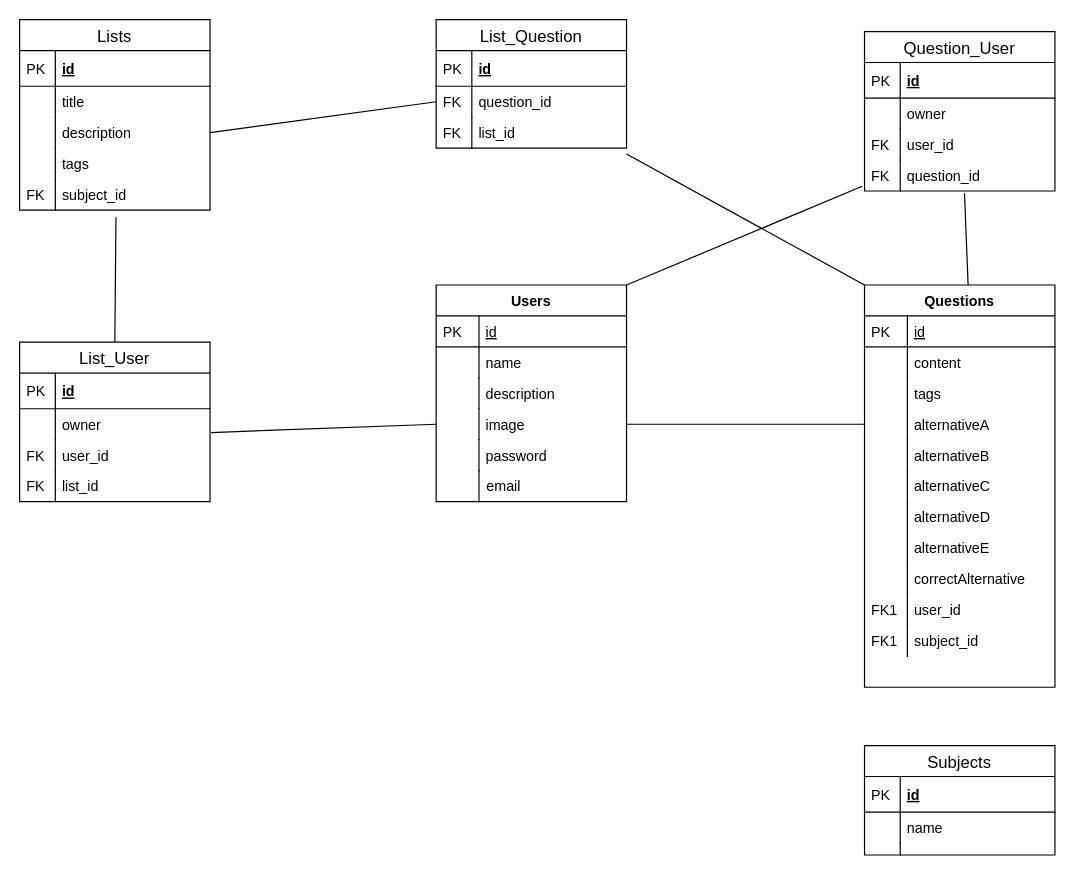
Above: Entity Relation Diagram.drawio in C0lliNN/EasyVest (draw.io), before the change. Source tidied: cells renumbered, new cells numbered last; positions are measured from the earlier drawing's top-left corner, leaving out a move shared by most shapes. Both pictures are drawn from the tidied source at 119%, with x=0, y=0 at pixel (19, 19).
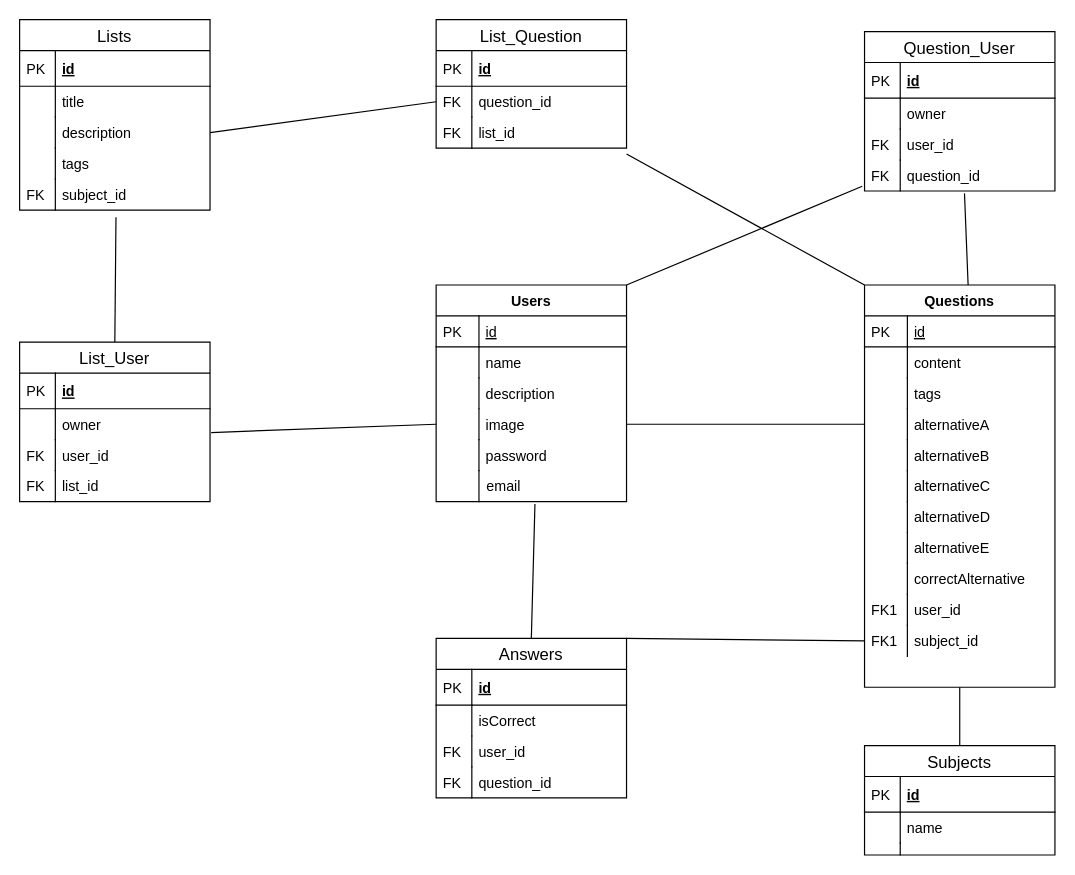
Above is the later version.

Unchanged cells that the change refers to:
```xml
<mxCell id="14" value="  email&#10;" style="shape=partialRectangle;top=0;left=0;right=0;bottom=0;align=left;verticalAlign=top;fillColor=none;spacingLeft=34;spacingRight=4;overflow=hidden;points=[[0,0.5],[1,0.5]];portConstraint=eastwest;fontSize=12;" parent="3" vertex="1">
  <mxGeometry y="156" width="160" height="26" as="geometry" />
</mxCell>
<mxCell id="16" value="Questions" style="swimlane;fontStyle=1;horizontal=1;startSize=26;rounded=0;shadow=0;strokeWidth=1;" parent="1" vertex="1">
  <mxGeometry x="710" y="223" width="160" height="338" as="geometry" />
</mxCell>
<mxCell id="37" value="subject_id&#10;" style="shape=partialRectangle;top=0;left=0;right=0;bottom=0;align=left;verticalAlign=top;fillColor=none;spacingLeft=40;spacingRight=4;overflow=hidden;points=[[0,0.5],[1,0.5]];portConstraint=eastwest;rounded=0;shadow=0;strokeWidth=1;" parent="16" vertex="1">
  <mxGeometry y="286" width="160" height="26" as="geometry" />
</mxCell>
<mxCell id="39" value="Subjects" style="swimlane;fontStyle=0;horizontal=1;startSize=26;align=center;fontSize=14;" parent="1" vertex="1">
  <mxGeometry x="710" y="610" width="160" height="92" as="geometry" />
</mxCell>
```

The edit, as a diff of the source:
```diff
@@
+    <mxCell id="89" style="endArrow=none;html=1;exitX=1;exitY=0;exitDx=0;exitDy=0;entryX=0;entryY=0.5;entryDx=0;entryDy=0;" parent="1" edge="1" source="90" target="37">
+      <mxGeometry relative="1" as="geometry" />
+    </mxCell>
+    <mxCell id="90" value="Answers" style="swimlane;fontStyle=0;horizontal=1;startSize=26;align=center;fontSize=14;" parent="1" vertex="1">
+      <mxGeometry x="350" y="520" width="160" height="134" as="geometry" />
+    </mxCell>
+    <mxCell id="91" value="id" style="shape=partialRectangle;top=0;left=0;right=0;bottom=1;align=left;verticalAlign=middle;fillColor=none;spacingLeft=34;spacingRight=4;overflow=hidden;fontStyle=5;fontSize=12;" parent="90" vertex="1">
+      <mxGeometry y="26" width="160" height="30" as="geometry" />
+    </mxCell>
+    <mxCell id="92" value="PK" style="shape=partialRectangle;top=0;left=0;bottom=0;fillColor=none;align=left;verticalAlign=middle;spacingLeft=4;spacingRight=4;overflow=hidden;fontSize=12;" parent="91" vertex="1">
+      <mxGeometry width="30" height="30" as="geometry" />
+    </mxCell>
+    <mxCell id="93" value="isCorrect" style="shape=partialRectangle;top=0;left=0;right=0;bottom=0;align=left;verticalAlign=top;fillColor=none;spacingLeft=34;spacingRight=4;overflow=hidden;fontSize=12;" parent="90" vertex="1">
+      <mxGeometry y="56" width="160" height="26" as="geometry" />
+    </mxCell>
+    <mxCell id="94" style="shape=partialRectangle;top=0;left=0;bottom=0;fillColor=none;align=left;verticalAlign=top;spacingLeft=4;spacingRight=4;overflow=hidden;fontSize=12;" parent="93" vertex="1">
+      <mxGeometry width="30" height="26" as="geometry" />
+    </mxCell>
+    <mxCell id="95" value="user_id" style="shape=partialRectangle;top=0;left=0;right=0;bottom=0;align=left;verticalAlign=top;fillColor=none;spacingLeft=34;spacingRight=4;overflow=hidden;fontSize=12;" parent="90" vertex="1">
+      <mxGeometry y="82" width="160" height="26" as="geometry" />
+    </mxCell>
+    <mxCell id="96" value="FK" style="shape=partialRectangle;top=0;left=0;bottom=0;fillColor=none;align=left;verticalAlign=top;spacingLeft=4;spacingRight=4;overflow=hidden;fontSize=12;" parent="95" vertex="1">
+      <mxGeometry width="30" height="26" as="geometry" />
+    </mxCell>
+    <mxCell id="97" value="question_id" style="shape=partialRectangle;top=0;left=0;right=0;bottom=0;align=left;verticalAlign=top;fillColor=none;spacingLeft=34;spacingRight=4;overflow=hidden;fontSize=12;" parent="90" vertex="1">
+      <mxGeometry y="108" width="160" height="26" as="geometry" />
+    </mxCell>
+    <mxCell id="98" value="FK" style="shape=partialRectangle;top=0;left=0;bottom=0;fillColor=none;align=left;verticalAlign=top;spacingLeft=4;spacingRight=4;overflow=hidden;fontSize=12;" parent="97" vertex="1">
+      <mxGeometry width="30" height="26" as="geometry" />
+    </mxCell>
+    <mxCell id="99" style="endArrow=none;html=1;exitX=0.5;exitY=0;exitDx=0;exitDy=0;entryX=0.519;entryY=1.077;entryDx=0;entryDy=0;entryPerimeter=0;" parent="1" edge="1" source="90" target="14">
+      <mxGeometry relative="1" as="geometry" />
+    </mxCell>
+    <mxCell id="100" style="endArrow=none;html=1;entryX=0.5;entryY=1;entryDx=0;entryDy=0;exitX=0.5;exitY=0;exitDx=0;exitDy=0;" parent="1" edge="1" source="39" target="16">
+      <mxGeometry relative="1" as="geometry" />
+    </mxCell>
```
